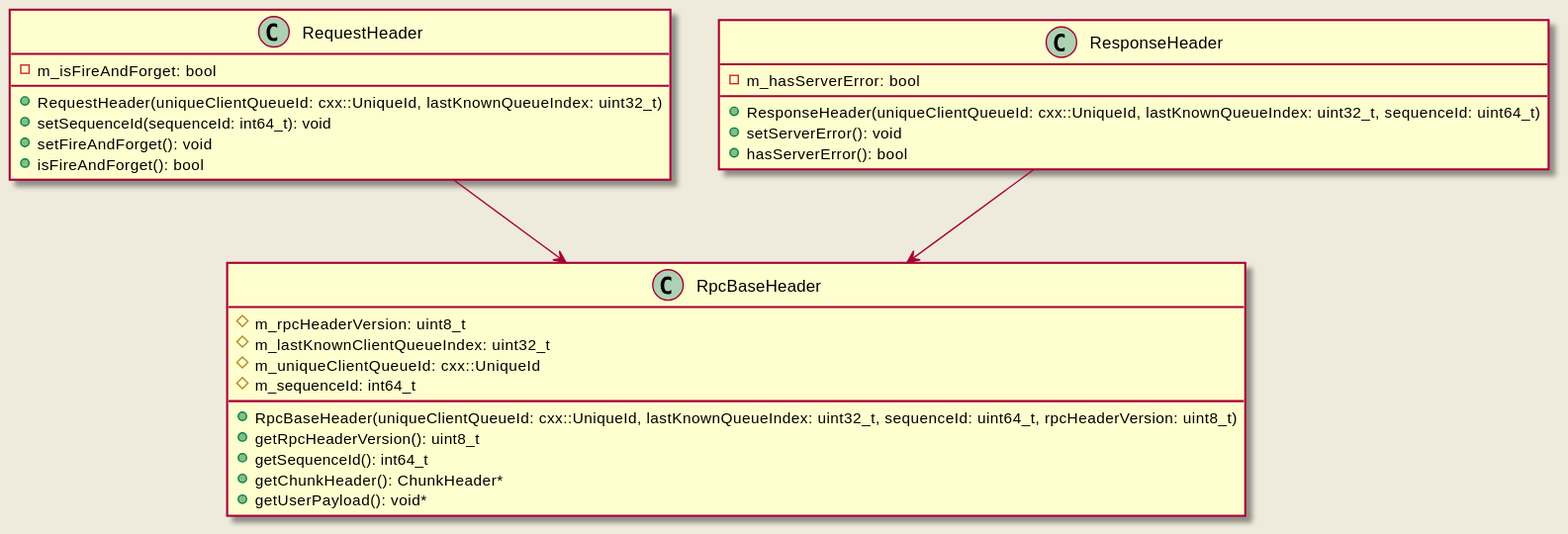
Earlier version of the PlantUML export doc/website/images/request_response_header.svg (eclipse-iceoryx/iceoryx). Its source is kept beside it as doc/design/diagrams/request_response/request_response_header.puml. The source it was exported from:
```plantuml
@startuml

class RpcBaseHeader {
  + RpcBaseHeader(uniqueClientQueueId: cxx::UniqueId, lastKnownQueueIndex: uint32_t, sequenceId: uint64_t, rpcHeaderVersion: uint8_t)
  + getRpcHeaderVersion(): uint8_t
  + getSequenceId(): int64_t
  + getChunkHeader(): ChunkHeader*
  + getUserPayload(): void*
  # m_rpcHeaderVersion: uint8_t
  # m_lastKnownClientQueueIndex: uint32_t
  # m_uniqueClientQueueId: cxx::UniqueId
  # m_sequenceId: int64_t
}

class RequestHeader {
  + RequestHeader(uniqueClientQueueId: cxx::UniqueId, lastKnownQueueIndex: uint32_t)
  + setSequenceId(sequenceId: int64_t): void
  + setFireAndForget(): void
  + isFireAndForget(): bool
  - m_isFireAndForget: bool
}

class ResponseHeader {
  + ResponseHeader(uniqueClientQueueId: cxx::UniqueId, lastKnownQueueIndex: uint32_t, sequenceId: uint64_t)
  + setServerError(): void
  + hasServerError(): bool
  - m_hasServerError: bool
}

RequestHeader --> RpcBaseHeader
ResponseHeader --> RpcBaseHeader

@enduml
```
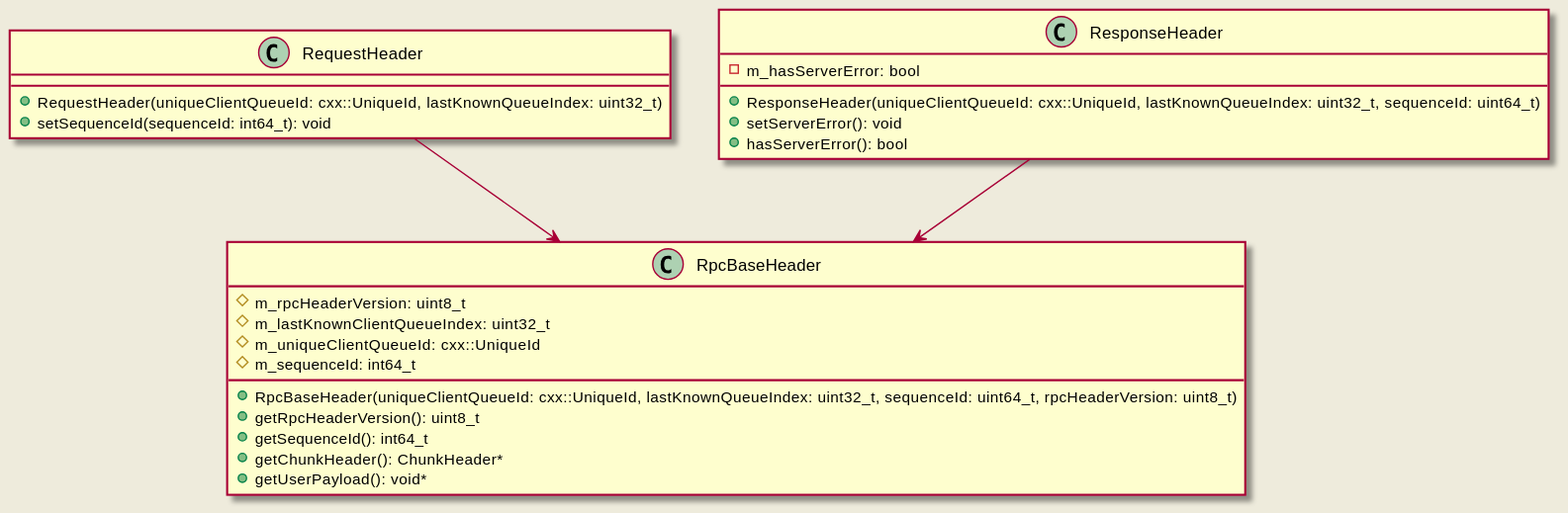
Above is the later version.

Commit message:
iox-#27 Remove fire and forget from request-response

Diff of the diagram source:
```diff
@@ -15,9 +15,6 @@
 class RequestHeader {
   + RequestHeader(uniqueClientQueueId: cxx::UniqueId, lastKnownQueueIndex: uint32_t)
   + setSequenceId(sequenceId: int64_t): void
-  + setFireAndForget(): void
-  + isFireAndForget(): bool
-  - m_isFireAndForget: bool
 }
 
 class ResponseHeader {
```
